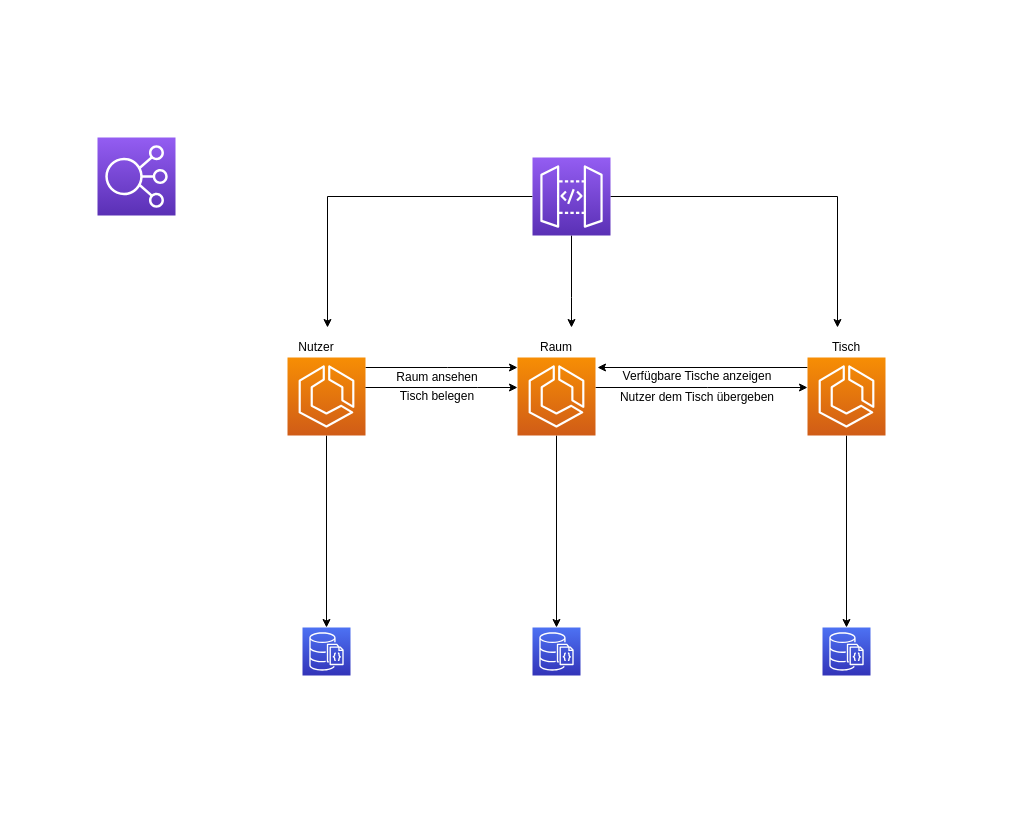
Before: Untitled Diagram.drawio in vuminhle1997/vu-le, a draw.io diagram. Source tidied: cells renumbered, new cells numbered last; positions are measured from the earlier drawing's top-left corner, leaving out a move shared by most shapes. Both pictures are drawn from the tidied source at 100%, with x=0, y=0 at pixel (97, 137).
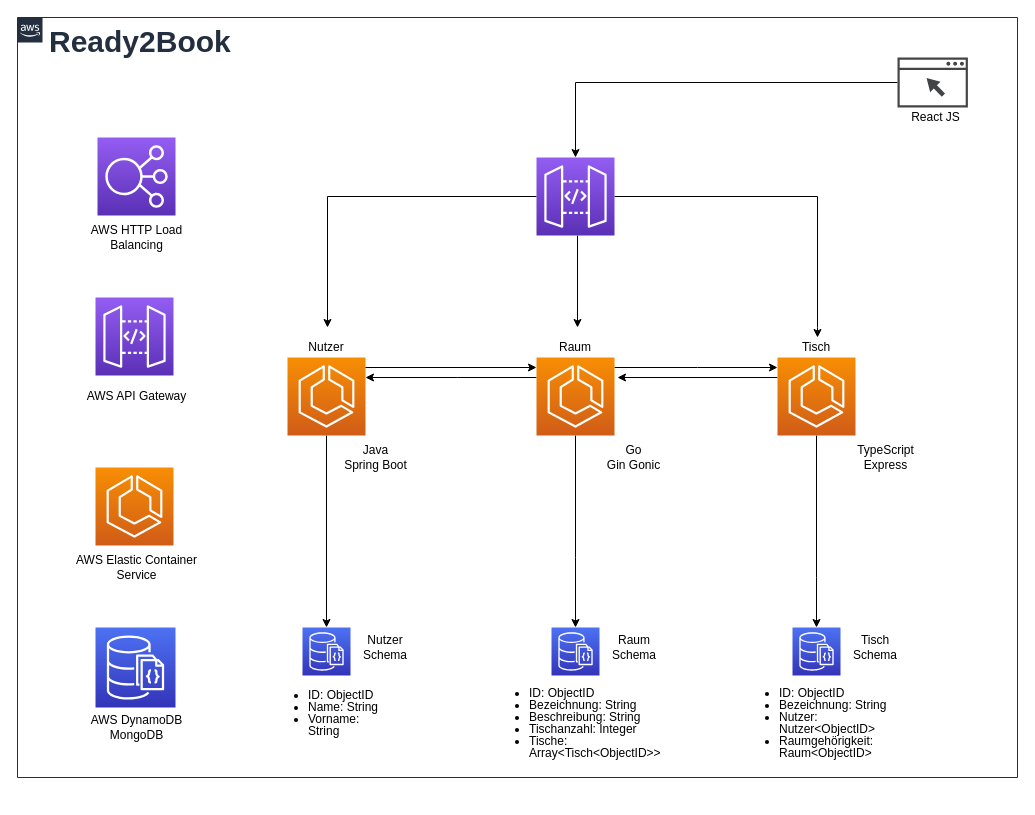
After the change.

Unchanged cells that the change refers to:
```xml
<mxCell id="7" style="outlineConnect=0;fontColor=#232F3E;gradientColor=#F78E04;gradientDirection=north;fillColor=#D05C17;strokeColor=#ffffff;dashed=0;verticalLabelPosition=bottom;verticalAlign=top;align=center;html=1;fontSize=12;fontStyle=0;shape=mxgraph.aws4.resourceIcon;resIcon=mxgraph.aws4.ecs;" parent="1" vertex="1">
  <mxGeometry x="190" y="220" width="78" height="78" as="geometry" />
</mxCell>
```

Diff of the diagram source:
```diff
@@
     <mxCell id="3" style="outlineConnect=0;fontColor=#232F3E;gradientColor=#4D72F3;gradientDirection=north;fillColor=#3334B9;strokeColor=#ffffff;dashed=0;verticalLabelPosition=bottom;verticalAlign=top;align=center;html=1;fontSize=12;fontStyle=0;shape=mxgraph.aws4.resourceIcon;resIcon=mxgraph.aws4.documentdb_with_mongodb_compatibility;" parent="1" vertex="1">
-      <mxGeometry x="435" y="490" width="48" height="48" as="geometry" />
+      <mxGeometry x="454" y="490" width="48" height="48" as="geometry" />
     </mxCell>
     <mxCell id="4" style="outlineConnect=0;fontColor=#232F3E;gradientColor=#4D72F3;gradientDirection=north;fillColor=#3334B9;strokeColor=#ffffff;dashed=0;verticalLabelPosition=bottom;verticalAlign=top;align=center;html=1;fontSize=12;fontStyle=0;shape=mxgraph.aws4.resourceIcon;resIcon=mxgraph.aws4.documentdb_with_mongodb_compatibility;" parent="1" vertex="1">
-      <mxGeometry x="725" y="490" width="48" height="48" as="geometry" />
+      <mxGeometry x="695" y="490" width="48" height="48" as="geometry" />
     </mxCell>
@@
-    <mxCell id="6" style="edgeStyle=orthogonalEdgeStyle;rounded=0;jettySize=auto;html=1;" parent="1" edge="1" source="7" target="13">
-      <mxGeometry relative="1" as="geometry">
-        <Array as="points">
-          <mxPoint x="350" y="230" />
-          <mxPoint x="350" y="230" />
-        </Array>
-      </mxGeometry>
-    </mxCell>
@@
     <mxCell id="8" style="edgeStyle=orthogonalEdgeStyle;rounded=0;jettySize=auto;html=1;" parent="1" edge="1" source="10" target="4">
-      <mxGeometry relative="1" as="geometry" />
+      <mxGeometry relative="1" as="geometry">
+        <Array as="points">
+          <mxPoint x="719" y="440" />
+          <mxPoint x="719" y="440" />
+        </Array>
+      </mxGeometry>
     </mxCell>
-    <mxCell id="9" style="edgeStyle=orthogonalEdgeStyle;rounded=0;jettySize=auto;html=1;" parent="1" edge="1" source="10">
-      <mxGeometry relative="1" as="geometry">
-        <mxPoint x="500" y="230" as="targetPoint" />
-        <Array as="points">
-          <mxPoint x="500" y="230" />
-        </Array>
-      </mxGeometry>
-    </mxCell>
+    <mxCell id="27" style="edgeStyle=orthogonalEdgeStyle;rounded=0;jettySize=auto;html=1;" parent="1" edge="1" source="10">
+      <mxGeometry relative="1" as="geometry">
+        <mxPoint x="520" y="240" as="targetPoint" />
+        <Array as="points">
+          <mxPoint x="520" y="240" />
+        </Array>
+      </mxGeometry>
+    </mxCell>
     <mxCell id="10" style="outlineConnect=0;fontColor=#232F3E;gradientColor=#F78E04;gradientDirection=north;fillColor=#D05C17;strokeColor=#ffffff;dashed=0;verticalLabelPosition=bottom;verticalAlign=top;align=center;html=1;fontSize=12;fontStyle=0;shape=mxgraph.aws4.resourceIcon;resIcon=mxgraph.aws4.ecs;" parent="1" vertex="1">
-      <mxGeometry x="710" y="220" width="78" height="78" as="geometry" />
+      <mxGeometry x="680" y="220" width="78" height="78" as="geometry" />
     </mxCell>
     <mxCell id="11" style="edgeStyle=orthogonalEdgeStyle;rounded=0;jettySize=auto;html=1;" parent="1" edge="1" source="13" target="3">
-      <mxGeometry relative="1" as="geometry" />
+      <mxGeometry relative="1" as="geometry">
+        <Array as="points">
+          <mxPoint x="478" y="420" />
+          <mxPoint x="478" y="420" />
+        </Array>
+      </mxGeometry>
     </mxCell>
+    <mxCell id="28" style="edgeStyle=orthogonalEdgeStyle;rounded=0;jettySize=auto;html=1;" parent="1" edge="1" source="13" target="7">
+      <mxGeometry relative="1" as="geometry">
+        <Array as="points">
+          <mxPoint x="360" y="240" />
+          <mxPoint x="360" y="240" />
+        </Array>
+      </mxGeometry>
+    </mxCell>
     <mxCell id="12" style="edgeStyle=orthogonalEdgeStyle;rounded=0;jettySize=auto;html=1;" parent="1" edge="1" source="13" target="10">
       <mxGeometry relative="1" as="geometry">
         <Array as="points">
-          <mxPoint x="610" y="250" />
-          <mxPoint x="610" y="250" />
+          <mxPoint x="600" y="230" />
+          <mxPoint x="600" y="230" />
         </Array>
       </mxGeometry>
     </mxCell>
     <mxCell id="13" style="outlineConnect=0;fontColor=#232F3E;gradientColor=#F78E04;gradientDirection=north;fillColor=#D05C17;strokeColor=#ffffff;dashed=0;verticalLabelPosition=bottom;verticalAlign=top;align=center;html=1;fontSize=12;fontStyle=0;shape=mxgraph.aws4.resourceIcon;resIcon=mxgraph.aws4.ecs;" parent="1" vertex="1">
-      <mxGeometry x="420" y="220" width="78" height="78" as="geometry" />
+      <mxGeometry x="439" y="220" width="78" height="78" as="geometry" />
     </mxCell>
@@
     <mxCell id="15" style="edgeStyle=orthogonalEdgeStyle;rounded=0;jettySize=auto;html=1;" parent="1" edge="1" source="17">
       <mxGeometry relative="1" as="geometry">
-        <mxPoint x="474" y="190" as="targetPoint" />
+        <mxPoint x="480" y="190" as="targetPoint" />
         <Array as="points">
-          <mxPoint x="474" y="160" />
+          <mxPoint x="480" y="190" />
         </Array>
       </mxGeometry>
     </mxCell>
     <mxCell id="16" style="edgeStyle=orthogonalEdgeStyle;rounded=0;jettySize=auto;html=1;" parent="1" edge="1" source="17">
       <mxGeometry relative="1" as="geometry">
-        <mxPoint x="740" y="190" as="targetPoint" />
+        <mxPoint x="720" y="200" as="targetPoint" />
         <Array as="points">
-          <mxPoint x="740" y="59" />
-          <mxPoint x="740" y="190" />
+          <mxPoint x="720" y="59" />
+          <mxPoint x="720" y="190" />
         </Array>
       </mxGeometry>
     </mxCell>
     <mxCell id="17" style="outlineConnect=0;fontColor=#232F3E;gradientColor=#945DF2;gradientDirection=north;fillColor=#5A30B5;strokeColor=#ffffff;dashed=0;verticalLabelPosition=bottom;verticalAlign=top;align=center;html=1;fontSize=12;fontStyle=0;shape=mxgraph.aws4.resourceIcon;resIcon=mxgraph.aws4.api_gateway;" parent="1" vertex="1">
-      <mxGeometry x="435" y="20" width="78" height="78" as="geometry" />
+      <mxGeometry x="439" y="20" width="78" height="78" as="geometry" />
     </mxCell>
@@
     <mxCell id="19" value="Nutzer" style="text;html=1;strokeColor=none;fillColor=none;align=center;verticalAlign=middle;whiteSpace=wrap;rounded=0;" parent="1" vertex="1">
-      <mxGeometry x="199" y="200" width="40" height="20" as="geometry" />
+      <mxGeometry x="209" y="200" width="40" height="20" as="geometry" />
     </mxCell>
     <mxCell id="20" value="Raum" style="text;html=1;strokeColor=none;fillColor=none;align=center;verticalAlign=middle;whiteSpace=wrap;rounded=0;" parent="1" vertex="1">
-      <mxGeometry x="439" y="200" width="40" height="20" as="geometry" />
+      <mxGeometry x="458" y="200" width="40" height="20" as="geometry" />
     </mxCell>
     <mxCell id="21" value="Tisch" style="text;html=1;strokeColor=none;fillColor=none;align=center;verticalAlign=middle;whiteSpace=wrap;rounded=0;" parent="1" vertex="1">
-      <mxGeometry x="729" y="200" width="40" height="20" as="geometry" />
+      <mxGeometry x="699" y="200" width="40" height="20" as="geometry" />
     </mxCell>
     <mxCell id="22" style="edgeStyle=orthogonalEdgeStyle;rounded=0;jettySize=auto;html=1;" parent="1" edge="1" target="13">
       <mxGeometry relative="1" as="geometry">
-        <mxPoint x="268" y="250" as="sourcePoint" />
+        <mxPoint x="268" y="230" as="sourcePoint" />
         <Array as="points">
-          <mxPoint x="380" y="250" />
-          <mxPoint x="380" y="250" />
+          <mxPoint x="268" y="230" />
         </Array>
       </mxGeometry>
     </mxCell>
-    <mxCell id="23" value="Raum ansehen" style="text;html=1;strokeColor=none;fillColor=none;align=center;verticalAlign=middle;whiteSpace=wrap;rounded=0;" parent="1" vertex="1">
-      <mxGeometry x="290" y="230" width="100" height="20" as="geometry" />
-    </mxCell>
-    <mxCell id="24" value="Tisch belegen" style="text;html=1;strokeColor=none;fillColor=none;align=center;verticalAlign=middle;whiteSpace=wrap;rounded=0;" parent="1" vertex="1">
-      <mxGeometry x="290" y="249" width="100" height="20" as="geometry" />
-    </mxCell>
-    <mxCell id="25" value="Nutzer dem Tisch übergeben" style="text;html=1;strokeColor=none;fillColor=none;align=center;verticalAlign=middle;whiteSpace=wrap;rounded=0;" parent="1" vertex="1">
-      <mxGeometry x="520" y="250" width="160" height="20" as="geometry" />
-    </mxCell>
-    <mxCell id="26" value="Verfügbare Tische anzeigen" style="text;html=1;strokeColor=none;fillColor=none;align=center;verticalAlign=middle;whiteSpace=wrap;rounded=0;" parent="1" vertex="1">
-      <mxGeometry x="520" y="229" width="160" height="20" as="geometry" />
-    </mxCell>
+    <mxCell id="29" value="&lt;ul style=&quot;line-height: 100%&quot;&gt;&lt;li&gt;ID: ObjectID&lt;/li&gt;&lt;li&gt;Name: String&lt;br&gt;&lt;/li&gt;&lt;li&gt;Vorname: String&lt;/li&gt;&lt;/ul&gt;" style="text;html=1;strokeColor=none;fillColor=none;align=left;verticalAlign=middle;whiteSpace=wrap;rounded=0;" parent="1" vertex="1">
+      <mxGeometry x="169" y="500" width="120" height="150" as="geometry" />
+    </mxCell>
+    <mxCell id="30" value="&lt;ul style=&quot;line-height: 100%&quot;&gt;&lt;li&gt;ID: ObjectID&lt;/li&gt;&lt;li&gt;Bezeichnung: String&lt;br&gt;&lt;/li&gt;&lt;li&gt;Beschreibung: String&lt;/li&gt;&lt;li&gt;Tischanzahl: Integer&lt;/li&gt;&lt;li&gt;Tische: Array&amp;lt;Tisch&amp;lt;ObjectID&amp;gt;&amp;gt;&lt;/li&gt;&lt;/ul&gt;" style="text;html=1;strokeColor=none;fillColor=none;align=left;verticalAlign=middle;whiteSpace=wrap;rounded=0;" parent="1" vertex="1">
+      <mxGeometry x="390" y="510" width="210" height="150" as="geometry" />
+    </mxCell>
+    <mxCell id="31" value="&lt;ul style=&quot;line-height: 100%&quot;&gt;&lt;li&gt;ID: ObjectID&lt;/li&gt;&lt;li&gt;Bezeichnung: String&lt;br&gt;&lt;/li&gt;&lt;li&gt;Nutzer: Nutzer&amp;lt;ObjectID&amp;gt;&lt;/li&gt;&lt;li&gt;Raumgehörigkeit: Raum&amp;lt;ObjectID&amp;gt;&lt;/li&gt;&lt;/ul&gt;" style="text;html=1;strokeColor=none;fillColor=none;align=left;verticalAlign=middle;whiteSpace=wrap;rounded=0;" parent="1" vertex="1">
+      <mxGeometry x="640" y="510" width="180" height="150" as="geometry" />
+    </mxCell>
+    <mxCell id="32" style="edgeStyle=orthogonalEdgeStyle;rounded=0;jettySize=auto;html=1;" parent="1" edge="1" source="33" target="17">
+      <mxGeometry relative="1" as="geometry" />
+    </mxCell>
+    <mxCell id="33" style="shadow=0;dashed=0;html=1;strokeColor=none;fillColor=#434445;labelPosition=center;verticalLabelPosition=bottom;verticalAlign=top;align=center;outlineConnect=0;shape=mxgraph.vvd.web_browser;" parent="1" vertex="1">
+      <mxGeometry x="800" y="-80" width="70.4" height="50" as="geometry" />
+    </mxCell>
+    <mxCell id="34" value="Nutzer&lt;br&gt;Schema" style="text;html=1;strokeColor=none;fillColor=none;align=center;verticalAlign=middle;whiteSpace=wrap;rounded=0;" parent="1" vertex="1">
+      <mxGeometry x="268" y="500" width="40" height="20" as="geometry" />
+    </mxCell>
+    <mxCell id="35" value="Raum&lt;br&gt;Schema" style="text;html=1;strokeColor=none;fillColor=none;align=center;verticalAlign=middle;whiteSpace=wrap;rounded=0;" parent="1" vertex="1">
+      <mxGeometry x="517" y="500" width="40" height="20" as="geometry" />
+    </mxCell>
+    <mxCell id="36" value="Tisch&lt;br&gt;Schema" style="text;html=1;strokeColor=none;fillColor=none;align=center;verticalAlign=middle;whiteSpace=wrap;rounded=0;" parent="1" vertex="1">
+      <mxGeometry x="758" y="500" width="40" height="20" as="geometry" />
+    </mxCell>
+    <mxCell id="37" value="Java&lt;br&gt;Spring Boot" style="text;html=1;strokeColor=none;fillColor=none;align=center;verticalAlign=middle;whiteSpace=wrap;rounded=0;" parent="1" vertex="1">
+      <mxGeometry x="240" y="310" width="77" height="20" as="geometry" />
+    </mxCell>
+    <mxCell id="38" value="Go&lt;br&gt;Gin Gonic" style="text;html=1;strokeColor=none;fillColor=none;align=center;verticalAlign=middle;whiteSpace=wrap;rounded=0;" parent="1" vertex="1">
+      <mxGeometry x="498" y="310" width="77" height="20" as="geometry" />
+    </mxCell>
+    <mxCell id="39" value="TypeScript&lt;br&gt;Express" style="text;html=1;strokeColor=none;fillColor=none;align=center;verticalAlign=middle;whiteSpace=wrap;rounded=0;" parent="1" vertex="1">
+      <mxGeometry x="750" y="310" width="77" height="20" as="geometry" />
+    </mxCell>
+    <mxCell id="40" value="React JS" style="text;html=1;strokeColor=none;fillColor=none;align=center;verticalAlign=middle;whiteSpace=wrap;rounded=0;" parent="1" vertex="1">
+      <mxGeometry x="800" y="-30" width="77" height="20" as="geometry" />
+    </mxCell>
+    <mxCell id="41" style="fontColor=#232F3E;gradientColor=#945DF2;gradientDirection=north;fillColor=#5A30B5;strokeColor=#ffffff;dashed=0;verticalLabelPosition=bottom;verticalAlign=top;align=center;html=1;fontSize=12;fontStyle=0;shape=mxgraph.aws4.resourceIcon;resIcon=mxgraph.aws4.api_gateway;" parent="1" vertex="1">
+      <mxGeometry x="-2" y="160" width="78" height="78" as="geometry" />
+    </mxCell>
+    <mxCell id="42" style="fontColor=#232F3E;gradientColor=#F78E04;gradientDirection=north;fillColor=#D05C17;strokeColor=#ffffff;dashed=0;verticalLabelPosition=bottom;verticalAlign=top;align=center;html=1;fontSize=12;fontStyle=0;shape=mxgraph.aws4.resourceIcon;resIcon=mxgraph.aws4.ecs;" parent="1" vertex="1">
+      <mxGeometry x="-2" y="330" width="78" height="78" as="geometry" />
+    </mxCell>
+    <mxCell id="43" style="fontColor=#232F3E;gradientColor=#4D72F3;gradientDirection=north;fillColor=#3334B9;strokeColor=#ffffff;dashed=0;verticalLabelPosition=bottom;verticalAlign=top;align=center;html=1;fontSize=12;fontStyle=0;shape=mxgraph.aws4.resourceIcon;resIcon=mxgraph.aws4.documentdb_with_mongodb_compatibility;" parent="1" vertex="1">
+      <mxGeometry x="-2" y="490" width="80" height="80" as="geometry" />
+    </mxCell>
+    <mxCell id="44" value="AWS HTTP Load Balancing" style="text;html=1;strokeColor=none;fillColor=none;align=center;verticalAlign=middle;whiteSpace=wrap;rounded=0;" parent="1" vertex="1">
+      <mxGeometry x="-26.5" y="90" width="131" height="20" as="geometry" />
+    </mxCell>
+    <mxCell id="45" value="AWS API Gateway" style="text;html=1;strokeColor=none;fillColor=none;align=center;verticalAlign=middle;whiteSpace=wrap;rounded=0;" parent="1" vertex="1">
+      <mxGeometry x="-26.5" y="249" width="131" height="20" as="geometry" />
+    </mxCell>
+    <mxCell id="46" value="AWS Elastic Container Service" style="text;html=1;strokeColor=none;fillColor=none;align=center;verticalAlign=middle;whiteSpace=wrap;rounded=0;" parent="1" vertex="1">
+      <mxGeometry x="-26.5" y="420" width="131" height="20" as="geometry" />
+    </mxCell>
+    <mxCell id="47" value="AWS DynamoDB&lt;br&gt;MongoDB" style="text;html=1;strokeColor=none;fillColor=none;align=center;verticalAlign=middle;whiteSpace=wrap;rounded=0;" parent="1" vertex="1">
+      <mxGeometry x="-26.5" y="580" width="131" height="20" as="geometry" />
+    </mxCell>
+    <mxCell id="48" value="&lt;font style=&quot;font-size: 30px&quot;&gt;&lt;b&gt;Ready2Book&lt;/b&gt;&lt;/font&gt;" style="gradientColor=none;html=1;whiteSpace=wrap;fontSize=12;fontStyle=0;shape=mxgraph.aws4.group;grIcon=mxgraph.aws4.group_aws_cloud_alt;strokeColor=#232F3E;fillColor=none;verticalAlign=top;align=left;spacingLeft=30;fontColor=#232F3E;dashed=0;" parent="1" vertex="1">
+      <mxGeometry x="-80" y="-120" width="1000" height="760" as="geometry" />
+    </mxCell>
```
